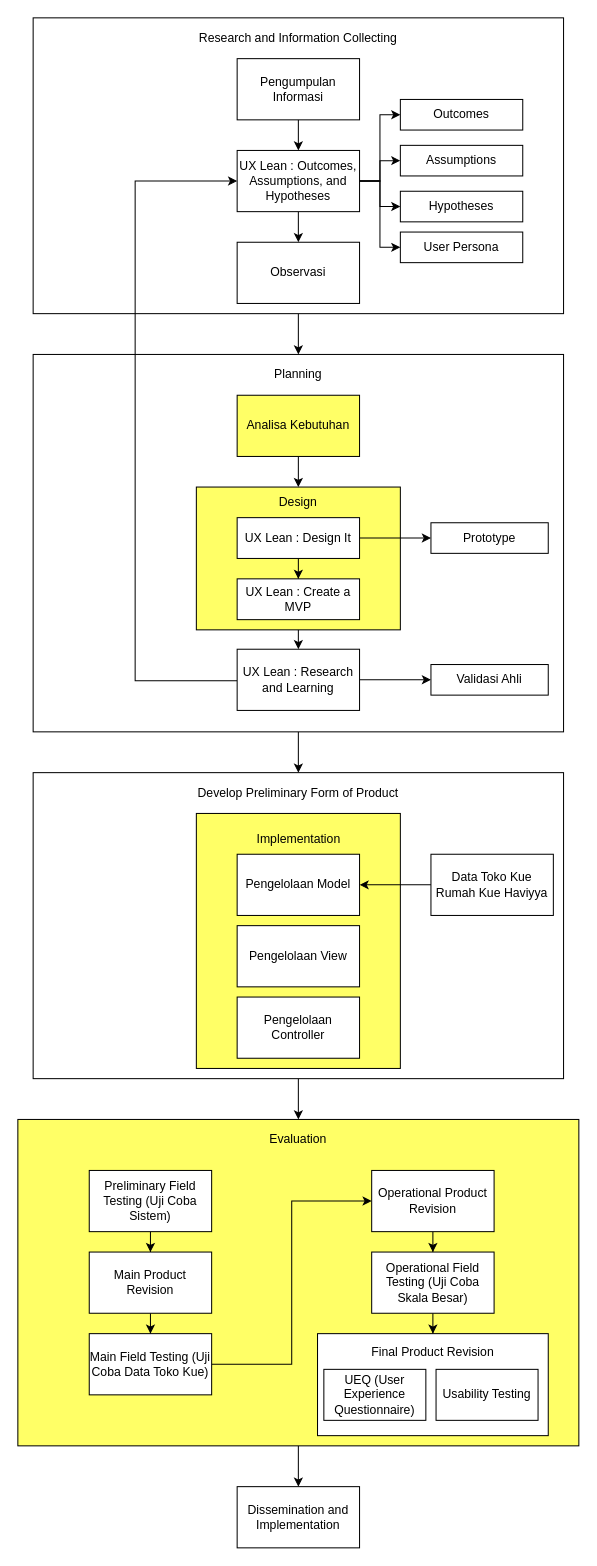
daffaMuttaqin/skripsi keeps this draw.io diagram as desain penelitian.drawio. Above is the earlier version. Source tidied: cells renumbered, new cells numbered last; positions are measured from the earlier drawing's top-left corner, leaving out a move shared by most shapes. Both pictures are drawn from the tidied source at 102%, with x=0, y=0 at pixel (17, 17).
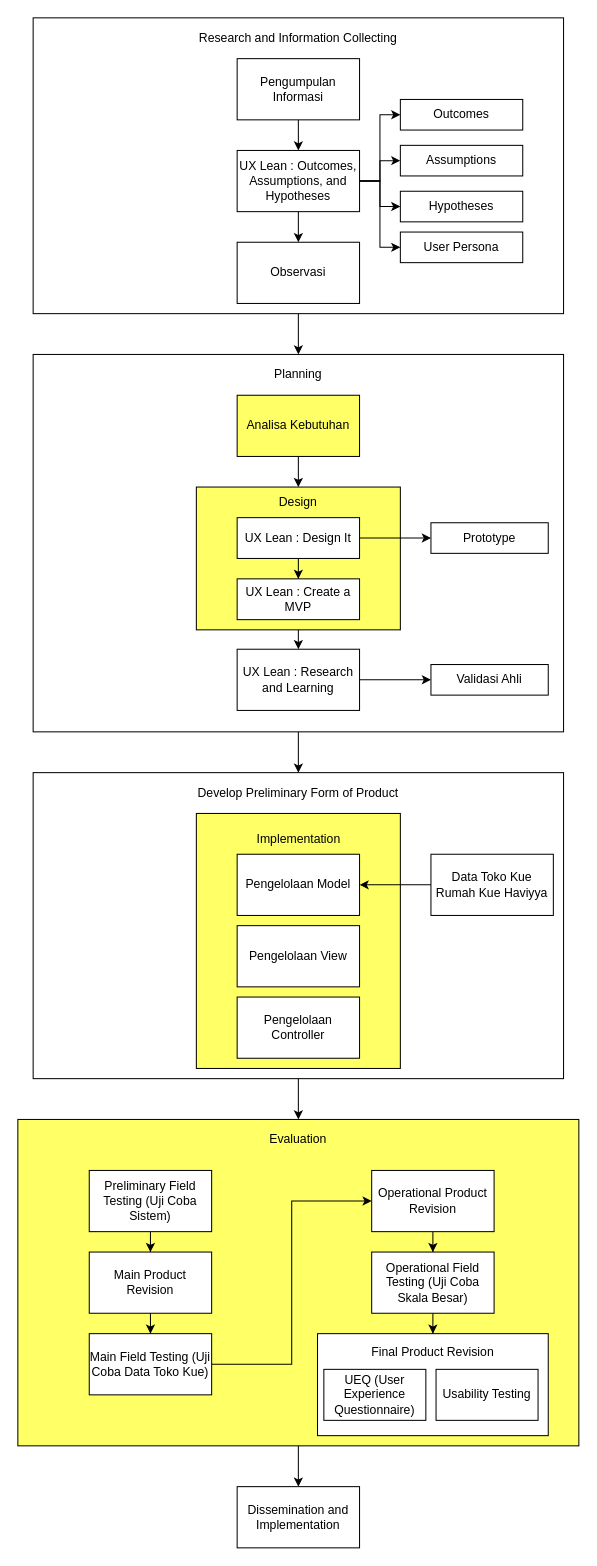
The same diagram, later.

Commit message (it also covers changes not shown here):
Revisi Desain Penelitian

Unchanged cells that the change refers to:
```xml
<mxCell id="24" value="UX Lean : Outcomes, Assumptions, and Hypotheses" style="rounded=0;whiteSpace=wrap;html=1;" parent="1" vertex="1">
  <mxGeometry x="215" y="130" width="120" height="60" as="geometry" />
</mxCell>
<mxCell id="60" value="UX Lean : Research and Learning" style="rounded=0;whiteSpace=wrap;html=1;" parent="1" vertex="1">
  <mxGeometry x="215" y="619" width="120" height="60" as="geometry" />
</mxCell>
```

The edit, as a diff of the source:
```diff
@@
-    <mxCell id="58" style="edgeStyle=orthogonalEdgeStyle;rounded=0;jettySize=auto;html=1;entryX=0;entryY=0.5;entryDx=0;entryDy=0;" parent="1" edge="1" source="60" target="24">
-      <mxGeometry relative="1" as="geometry">
-        <Array as="points">
-          <mxPoint x="115" y="650" />
-          <mxPoint x="115" y="160" />
-        </Array>
-      </mxGeometry>
-    </mxCell>
```
